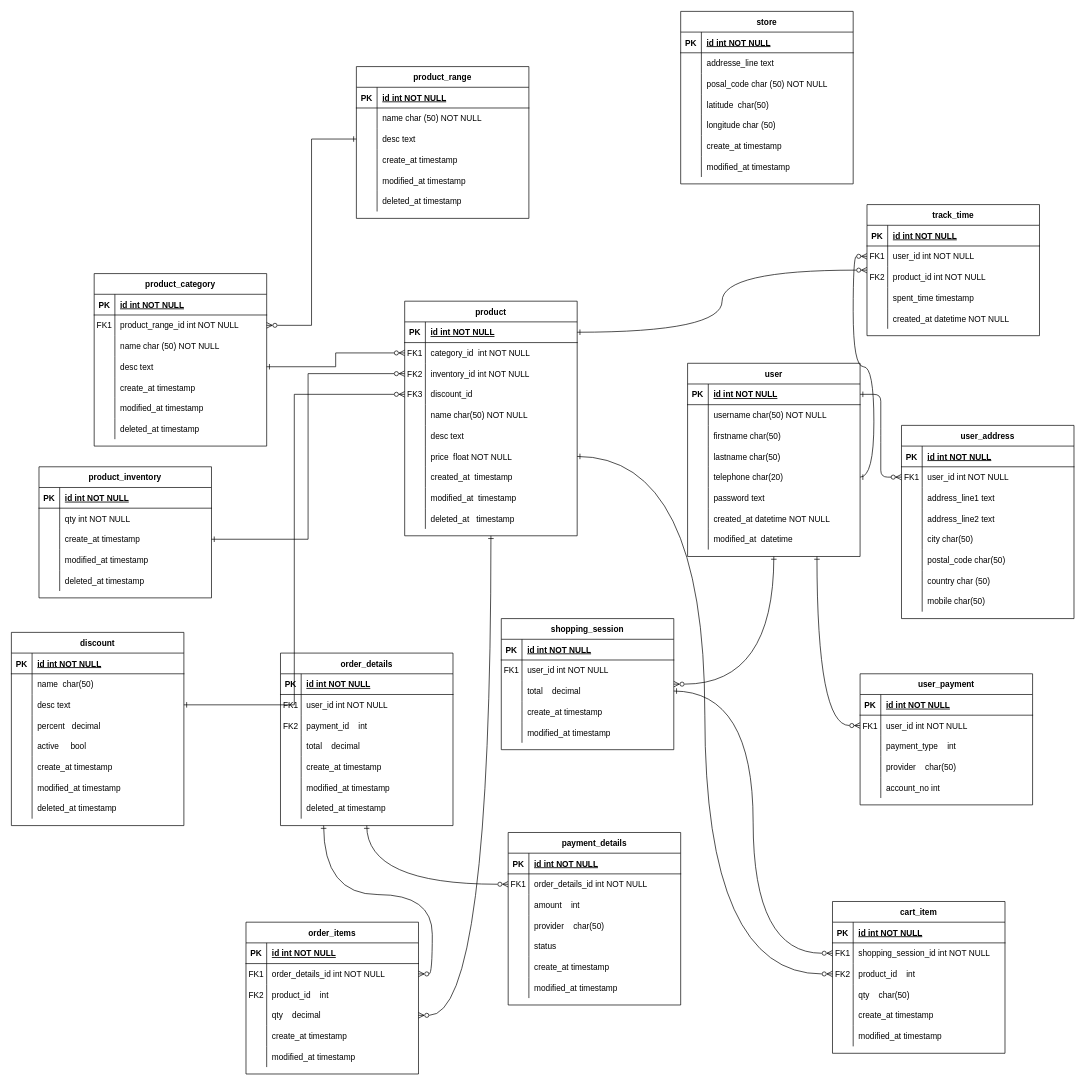
T-lamo/ceri-m1-ecommerce-2022 keeps this draw.io diagram as db/Copy of Diagramme sans nom.drawio. Above is the earlier version. Source tidied: cells renumbered, new cells numbered last; positions are measured from the earlier drawing's top-left corner, leaving out a move shared by most shapes. Both pictures are drawn from the tidied source at 69%, with x=0, y=0 at pixel (11, 11).
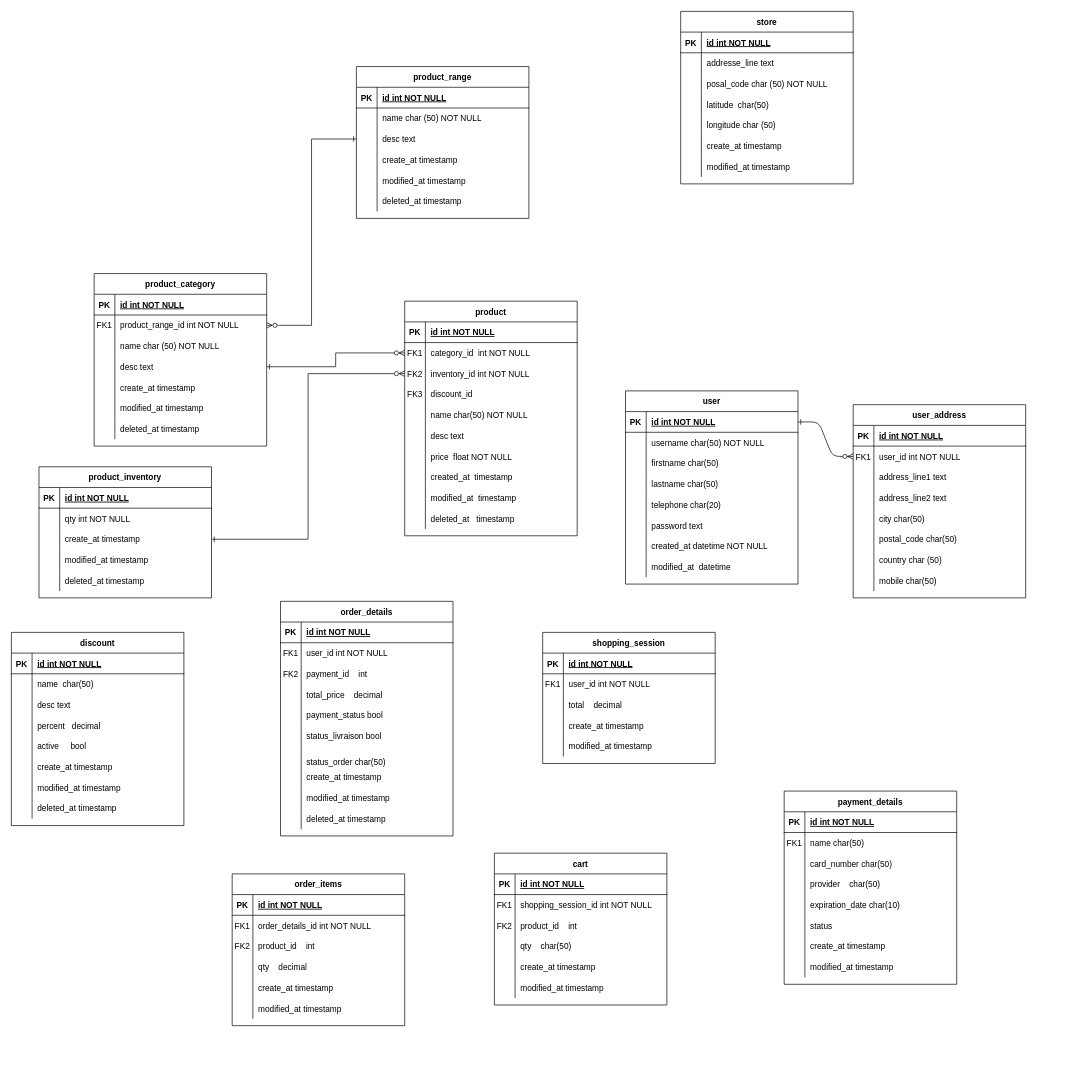
Above is the later version.

The change refers to these unchanged cells:
```xml
<mxCell id="16" style="shape=partialRectangle;fillColor=none;points=[[0,0.5],[1,0.5]];portConstraint=eastwest;top=0;left=0;right=0;bottom=0;" parent="3" vertex="1">
  <mxGeometry y="150" width="250" height="30" as="geometry" />
</mxCell>
<mxCell id="53" value="product" style="shape=table;startSize=30;childLayout=tableLayout;rowLines=0;fontStyle=1;align=center;" parent="1" vertex="1">
  <mxGeometry x="570" y="420" width="250" height="340" as="geometry" />
</mxCell>
<mxCell id="54" style="shape=partialRectangle;fillColor=none;points=[[0,0.5],[1,0.5]];portConstraint=eastwest;top=0;left=0;right=0;bottom=1;" parent="53" vertex="1">
  <mxGeometry y="30" width="250" height="30" as="geometry" />
</mxCell>
<mxCell id="63" style="shape=partialRectangle;fillColor=none;points=[[0,0.5],[1,0.5]];portConstraint=eastwest;top=0;left=0;right=0;bottom=0;" parent="53" vertex="1">
  <mxGeometry y="120" width="250" height="30" as="geometry" />
</mxCell>
<mxCell id="72" style="shape=partialRectangle;fillColor=none;points=[[0,0.5],[1,0.5]];portConstraint=eastwest;top=0;left=0;right=0;bottom=0;" parent="53" vertex="1">
  <mxGeometry y="210" width="250" height="30" as="geometry" />
</mxCell>
<mxCell id="129" style="shape=partialRectangle;fillColor=none;points=[[0,0.5],[1,0.5]];portConstraint=eastwest;top=0;left=0;right=0;bottom=0;" parent="122" vertex="1">
  <mxGeometry y="90" width="250" height="30" as="geometry" />
</mxCell>
<mxCell id="157" style="shape=partialRectangle;fillColor=none;top=0;left=0;right=0;bottom=0;" parent="147" vertex="1">
  <mxGeometry y="120" width="250" height="30" as="geometry" />
</mxCell>
<mxCell id="173" style="shape=partialRectangle;fillColor=none;points=[[0,0.5],[1,0.5]];portConstraint=eastwest;top=0;left=0;right=0;bottom=0;" parent="169" vertex="1">
  <mxGeometry y="60" width="250" height="30" as="geometry" />
</mxCell>
<mxCell id="179" style="shape=partialRectangle;fillColor=none;points=[[0,0.5],[1,0.5]];portConstraint=eastwest;top=0;left=0;right=0;bottom=0;" parent="169" vertex="1">
  <mxGeometry y="120" width="250" height="30" as="geometry" />
</mxCell>
<mxCell id="192" style="shape=partialRectangle;fillColor=none;points=[[0,0.5],[1,0.5]];portConstraint=eastwest;top=0;left=0;right=0;bottom=0;" parent="188" vertex="1">
  <mxGeometry y="60" width="250" height="30" as="geometry" />
</mxCell>
<mxCell id="214" style="shape=partialRectangle;fillColor=none;points=[[0,0.5],[1,0.5]];portConstraint=eastwest;top=0;left=0;right=0;bottom=0;" parent="210" vertex="1">
  <mxGeometry y="60" width="250" height="30" as="geometry" />
</mxCell>
<mxCell id="217" style="shape=partialRectangle;fillColor=none;points=[[0,0.5],[1,0.5]];portConstraint=eastwest;top=0;left=0;right=0;bottom=0;" parent="210" vertex="1">
  <mxGeometry y="90" width="250" height="30" as="geometry" />
</mxCell>
<mxCell id="237" style="shape=partialRectangle;fillColor=none;points=[[0,0.5],[1,0.5]];portConstraint=eastwest;top=0;left=0;right=0;bottom=0;" parent="230" vertex="1">
  <mxGeometry y="90" width="250" height="30" as="geometry" />
</mxCell>
```

The edit, as a diff of the source:
```diff
@@
     <mxCell id="3" value="user" style="shape=table;startSize=30;childLayout=tableLayout;rowLines=0;fontStyle=1;align=center;" parent="1" vertex="1">
-      <mxGeometry x="980" y="510" width="250" height="280" as="geometry" />
+      <mxGeometry x="890" y="550" width="250" height="280" as="geometry" />
     </mxCell>
@@
     <mxCell id="28" value="user_address" style="shape=table;startSize=30;childLayout=tableLayout;rowLines=0;fontStyle=1;align=center;" parent="1" vertex="1">
-      <mxGeometry x="1290" y="600" width="250" height="280" as="geometry" />
+      <mxGeometry x="1220" y="570" width="250" height="280" as="geometry" />
     </mxCell>
@@
     <mxCell id="147" value="order_details" style="shape=table;startSize=30;childLayout=tableLayout;rowLines=0;fontStyle=1;align=center;" parent="1" vertex="1">
-      <mxGeometry x="390" y="930" width="250" height="250" as="geometry" />
+      <mxGeometry x="390" y="855" width="250" height="340" as="geometry" />
     </mxCell>
@@
-    <mxCell id="159" value="total    decimal" style="shape=partialRectangle;overflow=hidden;fillColor=none;top=0;left=0;bottom=0;right=0;align=left;spacingLeft=6;" parent="157" vertex="1">
+    <mxCell id="159" value="total_price    decimal" style="shape=partialRectangle;overflow=hidden;fillColor=none;top=0;left=0;bottom=0;right=0;align=left;spacingLeft=6;" parent="157" vertex="1">
       <mxGeometry x="30" width="220" height="30" as="geometry" />
     </mxCell>
+    <mxCell id="331" style="shape=partialRectangle;fillColor=none;top=0;left=0;right=0;bottom=0;" parent="147" vertex="1">
+      <mxGeometry y="150" width="250" height="30" as="geometry" />
+    </mxCell>
+    <mxCell id="332" style="shape=partialRectangle;overflow=hidden;fillColor=none;top=0;left=0;bottom=0;right=0;" parent="331" vertex="1">
+      <mxGeometry width="30" height="30" as="geometry" />
+    </mxCell>
+    <mxCell id="333" value="payment_status bool" style="shape=partialRectangle;overflow=hidden;fillColor=none;top=0;left=0;bottom=0;right=0;align=left;spacingLeft=6;" parent="331" vertex="1">
+      <mxGeometry x="30" width="220" height="30" as="geometry" />
+    </mxCell>
+    <mxCell id="334" style="shape=partialRectangle;fillColor=none;top=0;left=0;right=0;bottom=0;" parent="147" vertex="1">
+      <mxGeometry y="180" width="250" height="30" as="geometry" />
+    </mxCell>
+    <mxCell id="335" style="shape=partialRectangle;overflow=hidden;fillColor=none;top=0;left=0;bottom=0;right=0;" parent="334" vertex="1">
+      <mxGeometry width="30" height="30" as="geometry" />
+    </mxCell>
+    <mxCell id="336" value="status_livraison bool" style="shape=partialRectangle;overflow=hidden;fillColor=none;top=0;left=0;bottom=0;right=0;align=left;spacingLeft=6;" parent="334" vertex="1">
+      <mxGeometry x="30" width="220" height="30" as="geometry" />
+    </mxCell>
+    <mxCell id="337" style="shape=partialRectangle;fillColor=none;top=0;left=0;right=0;bottom=0;" parent="147" vertex="1">
+      <mxGeometry y="210" width="250" height="30" as="geometry" />
+    </mxCell>
+    <mxCell id="338" style="shape=partialRectangle;overflow=hidden;fillColor=none;top=0;left=0;bottom=0;right=0;" parent="337" vertex="1">
+      <mxGeometry width="30" height="30" as="geometry" />
+    </mxCell>
+    <mxCell id="339" value="&#10;status_order char(50)" style="shape=partialRectangle;overflow=hidden;fillColor=none;top=0;left=0;bottom=0;right=0;align=left;spacingLeft=6;" parent="337" vertex="1">
+      <mxGeometry x="30" width="220" height="30" as="geometry" />
+    </mxCell>
     <mxCell id="160" style="shape=partialRectangle;fillColor=none;top=0;left=0;right=0;bottom=0;" parent="147" vertex="1">
-      <mxGeometry y="150" width="250" height="30" as="geometry" />
+      <mxGeometry y="240" width="250" height="30" as="geometry" />
     </mxCell>
@@
     <mxCell id="163" style="shape=partialRectangle;fillColor=none;top=0;left=0;right=0;bottom=0;" parent="147" vertex="1">
-      <mxGeometry y="180" width="250" height="30" as="geometry" />
+      <mxGeometry y="270" width="250" height="30" as="geometry" />
     </mxCell>
@@
     <mxCell id="166" style="shape=partialRectangle;fillColor=none;top=0;left=0;right=0;bottom=0;" parent="147" vertex="1">
-      <mxGeometry y="210" width="250" height="30" as="geometry" />
+      <mxGeometry y="300" width="250" height="30" as="geometry" />
     </mxCell>
@@
     <mxCell id="169" value="order_items" style="shape=table;startSize=30;childLayout=tableLayout;rowLines=0;fontStyle=1;align=center;" parent="1" vertex="1">
-      <mxGeometry x="340" y="1320" width="250" height="220" as="geometry" />
+      <mxGeometry x="320" y="1250" width="250" height="220" as="geometry" />
     </mxCell>
@@
     <mxCell id="188" value="payment_details" style="shape=table;startSize=30;childLayout=tableLayout;rowLines=0;fontStyle=1;align=center;" parent="1" vertex="1">
-      <mxGeometry x="720" y="1190" width="250" height="250" as="geometry" />
+      <mxGeometry x="1120" y="1130" width="250" height="280" as="geometry" />
     </mxCell>
@@
-    <mxCell id="194" value="order_details_id int NOT NULL" style="shape=partialRectangle;overflow=hidden;fillColor=none;top=0;left=0;bottom=0;right=0;align=left;spacingLeft=6;" parent="192" vertex="1">
+    <mxCell id="194" value="name char(50)" style="shape=partialRectangle;overflow=hidden;fillColor=none;top=0;left=0;bottom=0;right=0;align=left;spacingLeft=6;" parent="192" vertex="1">
       <mxGeometry x="30" width="220" height="30" as="geometry" />
     </mxCell>
-    <mxCell id="195" style="shape=partialRectangle;fillColor=none;top=0;left=0;right=0;bottom=0;" parent="188" vertex="1">
-      <mxGeometry y="90" width="250" height="30" as="geometry" />
-    </mxCell>
-    <mxCell id="196" style="shape=partialRectangle;overflow=hidden;fillColor=none;top=0;left=0;bottom=0;right=0;" parent="195" vertex="1">
-      <mxGeometry width="30" height="30" as="geometry" />
-    </mxCell>
-    <mxCell id="197" value="amount    int" style="shape=partialRectangle;overflow=hidden;fillColor=none;top=0;left=0;bottom=0;right=0;align=left;spacingLeft=6;" parent="195" vertex="1">
-      <mxGeometry x="30" width="220" height="30" as="geometry" />
-    </mxCell>
+    <mxCell id="340" style="shape=partialRectangle;fillColor=none;top=0;left=0;right=0;bottom=0;" parent="188" vertex="1">
+      <mxGeometry y="90" width="250" height="30" as="geometry" />
+    </mxCell>
+    <mxCell id="341" style="shape=partialRectangle;overflow=hidden;fillColor=none;top=0;left=0;bottom=0;right=0;" parent="340" vertex="1">
+      <mxGeometry width="30" height="30" as="geometry" />
+    </mxCell>
+    <mxCell id="342" value="card_number char(50)" style="shape=partialRectangle;overflow=hidden;fillColor=none;top=0;left=0;bottom=0;right=0;align=left;spacingLeft=6;" parent="340" vertex="1">
+      <mxGeometry x="30" width="220" height="30" as="geometry" />
+    </mxCell>
@@
+    <mxCell id="343" style="shape=partialRectangle;fillColor=none;top=0;left=0;right=0;bottom=0;" parent="188" vertex="1">
+      <mxGeometry y="150" width="250" height="30" as="geometry" />
+    </mxCell>
+    <mxCell id="344" style="shape=partialRectangle;overflow=hidden;fillColor=none;top=0;left=0;bottom=0;right=0;" parent="343" vertex="1">
+      <mxGeometry width="30" height="30" as="geometry" />
+    </mxCell>
+    <mxCell id="345" value="expiration_date char(10)" style="shape=partialRectangle;overflow=hidden;fillColor=none;top=0;left=0;bottom=0;right=0;align=left;spacingLeft=6;" parent="343" vertex="1">
+      <mxGeometry x="30" width="220" height="30" as="geometry" />
+    </mxCell>
     <mxCell id="201" style="shape=partialRectangle;fillColor=none;top=0;left=0;right=0;bottom=0;" parent="188" vertex="1">
-      <mxGeometry y="150" width="250" height="30" as="geometry" />
+      <mxGeometry y="180" width="250" height="30" as="geometry" />
     </mxCell>
@@
     <mxCell id="204" style="shape=partialRectangle;fillColor=none;top=0;left=0;right=0;bottom=0;" parent="188" vertex="1">
-      <mxGeometry y="180" width="250" height="30" as="geometry" />
+      <mxGeometry y="210" width="250" height="30" as="geometry" />
     </mxCell>
@@
     <mxCell id="207" style="shape=partialRectangle;fillColor=none;top=0;left=0;right=0;bottom=0;" parent="188" vertex="1">
-      <mxGeometry y="210" width="250" height="30" as="geometry" />
+      <mxGeometry y="240" width="250" height="30" as="geometry" />
     </mxCell>
@@
-    <mxCell id="210" value="cart_item" style="shape=table;startSize=30;childLayout=tableLayout;rowLines=0;fontStyle=1;align=center;" parent="1" vertex="1">
-      <mxGeometry x="1190" y="1290" width="250" height="220" as="geometry" />
+    <mxCell id="210" value="cart" style="shape=table;startSize=30;childLayout=tableLayout;rowLines=0;fontStyle=1;align=center;" parent="1" vertex="1">
+      <mxGeometry x="700" y="1220" width="250" height="220" as="geometry" />
     </mxCell>
@@
-    <mxCell id="229" style="edgeStyle=orthogonalEdgeStyle;curved=1;rounded=0;jettySize=auto;html=1;entryX=0.5;entryY=1;entryDx=0;entryDy=0;startArrow=ERzeroToMany;startFill=0;endArrow=ERone;endFill=0;elbow=vertical;" parent="1" edge="1" source="230" target="3">
-      <mxGeometry relative="1" as="geometry" />
-    </mxCell>
     <mxCell id="230" value="shopping_session" style="shape=table;startSize=30;childLayout=tableLayout;rowLines=0;fontStyle=1;align=center;" parent="1" vertex="1">
-      <mxGeometry x="710" y="880" width="250" height="190" as="geometry" />
+      <mxGeometry x="770" y="900" width="250" height="190" as="geometry" />
     </mxCell>
@@
-    <mxCell id="246" value="user_payment" style="shape=table;startSize=30;childLayout=tableLayout;rowLines=0;fontStyle=1;align=center;" parent="1" vertex="1">
-      <mxGeometry x="1230" y="960" width="250" height="190" as="geometry" />
-    </mxCell>
-    <mxCell id="247" style="shape=partialRectangle;fillColor=none;top=0;left=0;right=0;bottom=1;" parent="246" vertex="1">
-      <mxGeometry y="30" width="250" height="30" as="geometry" />
-    </mxCell>
-    <mxCell id="248" value="PK" style="shape=partialRectangle;overflow=hidden;fillColor=none;top=0;left=0;bottom=0;right=0;fontStyle=1;" parent="247" vertex="1">
-      <mxGeometry width="30" height="30" as="geometry" />
-    </mxCell>
-    <mxCell id="249" value="id int NOT NULL " style="shape=partialRectangle;overflow=hidden;fillColor=none;top=0;left=0;bottom=0;right=0;align=left;spacingLeft=6;fontStyle=5;" parent="247" vertex="1">
-      <mxGeometry x="30" width="220" height="30" as="geometry" />
-    </mxCell>
-    <mxCell id="250" style="shape=partialRectangle;fillColor=none;points=[[0,0.5],[1,0.5]];portConstraint=eastwest;top=0;left=0;right=0;bottom=0;" parent="246" vertex="1">
-      <mxGeometry y="60" width="250" height="30" as="geometry" />
-    </mxCell>
-    <mxCell id="251" value="FK1" style="shape=partialRectangle;overflow=hidden;fillColor=none;top=0;left=0;bottom=0;right=0;" parent="250" vertex="1">
-      <mxGeometry width="30" height="30" as="geometry" />
-    </mxCell>
-    <mxCell id="252" value="user_id int NOT NULL" style="shape=partialRectangle;overflow=hidden;fillColor=none;top=0;left=0;bottom=0;right=0;align=left;spacingLeft=6;" parent="250" vertex="1">
-      <mxGeometry x="30" width="220" height="30" as="geometry" />
-    </mxCell>
-    <mxCell id="253" style="shape=partialRectangle;fillColor=none;top=0;left=0;right=0;bottom=0;" parent="246" vertex="1">
-      <mxGeometry y="90" width="250" height="30" as="geometry" />
-    </mxCell>
-    <mxCell id="254" style="shape=partialRectangle;overflow=hidden;fillColor=none;top=0;left=0;bottom=0;right=0;" parent="253" vertex="1">
-      <mxGeometry width="30" height="30" as="geometry" />
-    </mxCell>
-    <mxCell id="255" value="payment_type    int" style="shape=partialRectangle;overflow=hidden;fillColor=none;top=0;left=0;bottom=0;right=0;align=left;spacingLeft=6;" parent="253" vertex="1">
-      <mxGeometry x="30" width="220" height="30" as="geometry" />
-    </mxCell>
-    <mxCell id="256" style="shape=partialRectangle;fillColor=none;top=0;left=0;right=0;bottom=0;" parent="246" vertex="1">
-      <mxGeometry y="120" width="250" height="30" as="geometry" />
-    </mxCell>
-    <mxCell id="257" style="shape=partialRectangle;overflow=hidden;fillColor=none;top=0;left=0;bottom=0;right=0;" parent="256" vertex="1">
-      <mxGeometry width="30" height="30" as="geometry" />
-    </mxCell>
-    <mxCell id="258" value="provider    char(50)" style="shape=partialRectangle;overflow=hidden;fillColor=none;top=0;left=0;bottom=0;right=0;align=left;spacingLeft=6;" parent="256" vertex="1">
-      <mxGeometry x="30" width="220" height="30" as="geometry" />
-    </mxCell>
-    <mxCell id="259" style="shape=partialRectangle;fillColor=none;top=0;left=0;right=0;bottom=0;" parent="246" vertex="1">
-      <mxGeometry y="150" width="250" height="30" as="geometry" />
-    </mxCell>
-    <mxCell id="260" style="shape=partialRectangle;overflow=hidden;fillColor=none;top=0;left=0;bottom=0;right=0;" parent="259" vertex="1">
-      <mxGeometry width="30" height="30" as="geometry" />
-    </mxCell>
-    <mxCell id="261" value="account_no int" style="shape=partialRectangle;overflow=hidden;fillColor=none;top=0;left=0;bottom=0;right=0;align=left;spacingLeft=6;" parent="259" vertex="1">
-      <mxGeometry x="30" width="220" height="30" as="geometry" />
-    </mxCell>
@@
-    <mxCell id="264" style="edgeStyle=orthogonalEdgeStyle;rounded=0;jettySize=auto;html=1;entryX=1;entryY=0.5;entryDx=0;entryDy=0;startArrow=ERzeroToMany;startFill=0;endArrow=ERone;endFill=0;" parent="1" edge="1" source="63" target="129">
-      <mxGeometry relative="1" as="geometry" />
-    </mxCell>
-    <mxCell id="265" style="edgeStyle=orthogonalEdgeStyle;curved=1;rounded=0;jettySize=auto;html=1;entryX=0.75;entryY=1;entryDx=0;entryDy=0;startArrow=ERzeroToMany;startFill=0;endArrow=ERone;endFill=0;elbow=vertical;" parent="1" edge="1" source="250" target="3">
-      <mxGeometry relative="1" as="geometry" />
-    </mxCell>
-    <mxCell id="266" style="edgeStyle=orthogonalEdgeStyle;curved=1;rounded=0;jettySize=auto;html=1;entryX=0.5;entryY=1;entryDx=0;entryDy=0;startArrow=ERzeroToMany;startFill=0;endArrow=ERone;endFill=0;elbow=vertical;" parent="1" edge="1" source="192" target="147">
-      <mxGeometry relative="1" as="geometry" />
-    </mxCell>
-    <mxCell id="267" style="edgeStyle=orthogonalEdgeStyle;curved=1;rounded=0;jettySize=auto;html=1;entryX=0.25;entryY=1;entryDx=0;entryDy=0;startArrow=ERzeroToMany;startFill=0;endArrow=ERone;endFill=0;elbow=vertical;" parent="1" edge="1" source="173" target="147">
-      <mxGeometry relative="1" as="geometry" />
-    </mxCell>
-    <mxCell id="268" style="edgeStyle=orthogonalEdgeStyle;curved=1;rounded=0;jettySize=auto;html=1;entryX=0.5;entryY=1;entryDx=0;entryDy=0;startArrow=ERzeroToMany;startFill=0;endArrow=ERone;endFill=0;elbow=vertical;" parent="1" edge="1" source="179" target="53">
-      <mxGeometry relative="1" as="geometry" />
-    </mxCell>
-    <mxCell id="269" style="edgeStyle=orthogonalEdgeStyle;curved=1;rounded=0;jettySize=auto;html=1;entryX=1;entryY=0.5;entryDx=0;entryDy=0;startArrow=ERzeroToMany;startFill=0;endArrow=ERone;endFill=0;elbow=vertical;" parent="1" edge="1" source="214" target="237">
-      <mxGeometry relative="1" as="geometry" />
-    </mxCell>
-    <mxCell id="270" style="edgeStyle=orthogonalEdgeStyle;curved=1;rounded=0;jettySize=auto;html=1;entryX=1;entryY=0.5;entryDx=0;entryDy=0;startArrow=ERzeroToMany;startFill=0;endArrow=ERone;endFill=0;elbow=vertical;" parent="1" edge="1" source="217" target="72">
-      <mxGeometry relative="1" as="geometry" />
-    </mxCell>
-    <mxCell id="271" style="edgeStyle=orthogonalEdgeStyle;curved=1;rounded=0;jettySize=auto;html=1;entryX=1;entryY=0.5;entryDx=0;entryDy=0;startArrow=ERzeroToMany;startFill=0;endArrow=ERone;endFill=0;elbow=vertical;" parent="1" edge="1" source="272" target="54">
-      <mxGeometry relative="1" as="geometry" />
-    </mxCell>
-    <mxCell id="272" value="track_time" style="shape=table;startSize=30;childLayout=tableLayout;rowLines=0;fontStyle=1;align=center;" parent="1" vertex="1">
-      <mxGeometry x="1240" y="280" width="250" height="190" as="geometry" />
-    </mxCell>
-    <mxCell id="273" style="shape=partialRectangle;fillColor=none;top=0;left=0;right=0;bottom=1;" parent="272" vertex="1">
-      <mxGeometry y="30" width="250" height="30" as="geometry" />
-    </mxCell>
-    <mxCell id="274" value="PK" style="shape=partialRectangle;overflow=hidden;fillColor=none;top=0;left=0;bottom=0;right=0;fontStyle=1;" parent="273" vertex="1">
-      <mxGeometry width="30" height="30" as="geometry" />
-    </mxCell>
-    <mxCell id="275" value="id int NOT NULL " style="shape=partialRectangle;overflow=hidden;fillColor=none;top=0;left=0;bottom=0;right=0;align=left;spacingLeft=6;fontStyle=5;" parent="273" vertex="1">
-      <mxGeometry x="30" width="220" height="30" as="geometry" />
-    </mxCell>
-    <mxCell id="276" style="shape=partialRectangle;fillColor=none;points=[[0,0.5],[1,0.5]];portConstraint=eastwest;top=0;left=0;right=0;bottom=0;" parent="272" vertex="1">
-      <mxGeometry y="60" width="250" height="30" as="geometry" />
-    </mxCell>
-    <mxCell id="277" value="FK1" style="shape=partialRectangle;overflow=hidden;fillColor=none;top=0;left=0;bottom=0;right=0;" parent="276" vertex="1">
-      <mxGeometry width="30" height="30" as="geometry" />
-    </mxCell>
-    <mxCell id="278" value="user_id int NOT NULL" style="shape=partialRectangle;overflow=hidden;fillColor=none;top=0;left=0;bottom=0;right=0;align=left;spacingLeft=6;" parent="276" vertex="1">
-      <mxGeometry x="30" width="220" height="30" as="geometry" />
-    </mxCell>
-    <mxCell id="279" style="shape=partialRectangle;fillColor=none;top=0;left=0;right=0;bottom=0;" parent="272" vertex="1">
-      <mxGeometry y="90" width="250" height="30" as="geometry" />
-    </mxCell>
-    <mxCell id="280" value="FK2" style="shape=partialRectangle;overflow=hidden;fillColor=none;top=0;left=0;bottom=0;right=0;" parent="279" vertex="1">
-      <mxGeometry width="30" height="30" as="geometry" />
-    </mxCell>
-    <mxCell id="281" value="product_id int NOT NULL " style="shape=partialRectangle;overflow=hidden;fillColor=none;top=0;left=0;bottom=0;right=0;align=left;spacingLeft=6;" parent="279" vertex="1">
-      <mxGeometry x="30" width="220" height="30" as="geometry" />
-    </mxCell>
-    <mxCell id="282" style="shape=partialRectangle;fillColor=none;top=0;left=0;right=0;bottom=0;" parent="272" vertex="1">
-      <mxGeometry y="120" width="250" height="30" as="geometry" />
-    </mxCell>
-    <mxCell id="283" style="shape=partialRectangle;overflow=hidden;fillColor=none;top=0;left=0;bottom=0;right=0;" parent="282" vertex="1">
-      <mxGeometry width="30" height="30" as="geometry" />
-    </mxCell>
-    <mxCell id="284" value="spent_time timestamp" style="shape=partialRectangle;overflow=hidden;fillColor=none;top=0;left=0;bottom=0;right=0;align=left;spacingLeft=6;" parent="282" vertex="1">
-      <mxGeometry x="30" width="220" height="30" as="geometry" />
-    </mxCell>
-    <mxCell id="285" style="shape=partialRectangle;fillColor=none;top=0;left=0;right=0;bottom=0;" parent="272" vertex="1">
-      <mxGeometry y="150" width="250" height="30" as="geometry" />
-    </mxCell>
-    <mxCell id="286" style="shape=partialRectangle;overflow=hidden;fillColor=none;top=0;left=0;bottom=0;right=0;" parent="285" vertex="1">
-      <mxGeometry width="30" height="30" as="geometry" />
-    </mxCell>
-    <mxCell id="287" value="created_at datetime NOT NULL" style="shape=partialRectangle;overflow=hidden;fillColor=none;top=0;left=0;bottom=0;right=0;align=left;spacingLeft=6;" parent="285" vertex="1">
-      <mxGeometry x="30" width="220" height="30" as="geometry" />
-    </mxCell>
-    <mxCell id="288" style="edgeStyle=orthogonalEdgeStyle;curved=1;rounded=0;jettySize=auto;html=1;entryX=1;entryY=0.5;entryDx=0;entryDy=0;startArrow=ERzeroToMany;startFill=0;endArrow=ERone;endFill=0;elbow=vertical;" parent="1" edge="1" source="276" target="16">
-      <mxGeometry relative="1" as="geometry" />
-    </mxCell>
```
